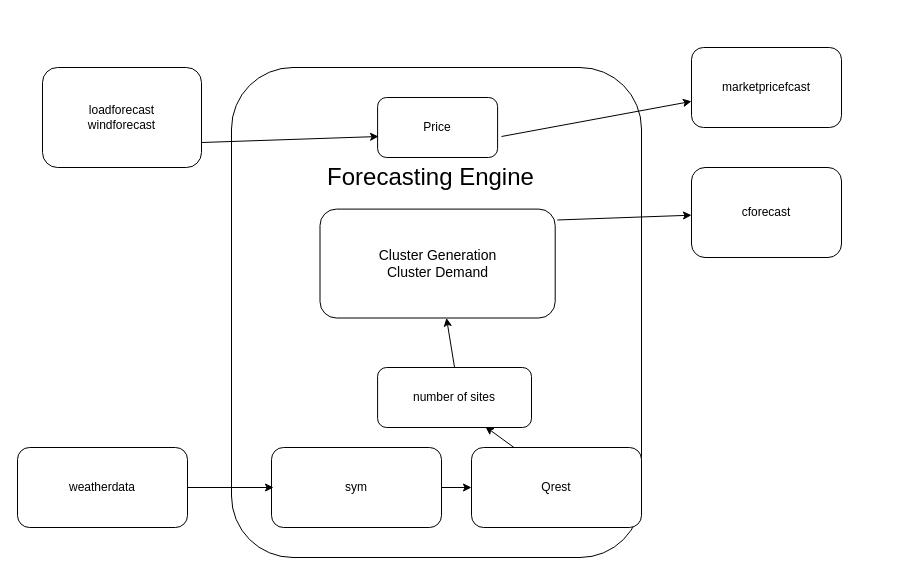
Before: forecastingengine.drawio in MorrisStranger/App_Academy, a draw.io diagram. Source tidied: cells renumbered, new cells numbered last; positions are measured from the earlier drawing's top-left corner, leaving out a move shared by most shapes. Both pictures are drawn from the tidied source at 100%, with x=0, y=0 at pixel (17, 47).
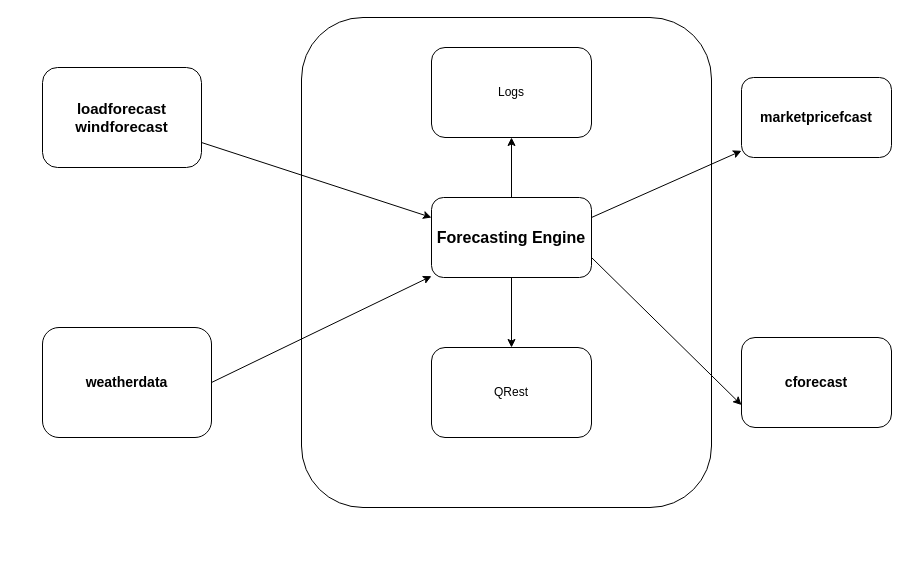
Above is the later version.

Change to the diagram source:
```diff
@@
-    <mxCell id="2" value="weatherdata" style="rounded=1;whiteSpace=wrap;html=1;" parent="1" vertex="1">
-      <mxGeometry y="400" width="170" height="80" as="geometry" />
+    <mxCell id="2" value="&lt;font style=&quot;font-size: 14px&quot;&gt;&lt;b&gt;weatherdata&lt;/b&gt;&lt;/font&gt;" style="rounded=1;whiteSpace=wrap;html=1;" parent="1" vertex="1">
+      <mxGeometry x="25" y="280" width="169" height="110" as="geometry" />
     </mxCell>
-    <mxCell id="3" value="loadforecast&lt;br&gt;windforecast" style="rounded=1;whiteSpace=wrap;html=1;" parent="1" vertex="1">
+    <mxCell id="3" value="&lt;font style=&quot;font-size: 15px&quot;&gt;&lt;b&gt;loadforecast&lt;br&gt;windforecast&lt;/b&gt;&lt;/font&gt;" style="rounded=1;whiteSpace=wrap;html=1;" parent="1" vertex="1">
       <mxGeometry x="25" y="20" width="159" height="100" as="geometry" />
     </mxCell>
-    <mxCell id="4" value="marketpricefcast" style="rounded=1;whiteSpace=wrap;html=1;" parent="1" vertex="1">
-      <mxGeometry x="674" width="150" height="80" as="geometry" />
-    </mxCell>
-    <mxCell id="5" value="cforecast" style="rounded=1;whiteSpace=wrap;html=1;" parent="1" vertex="1">
-      <mxGeometry x="674" y="120" width="150" height="90" as="geometry" />
-    </mxCell>
     <mxCell id="6" style="group;" parent="1" vertex="1">
-      <mxGeometry x="214" y="20" width="410" height="490" as="geometry" />
+      <mxGeometry x="284" y="-30" width="590" height="528.9" as="geometry" />
     </mxCell>
@@
+    <mxCell id="14" value="QRest" style="rounded=1;whiteSpace=wrap;html=1;" parent="6" vertex="1">
+      <mxGeometry x="130" y="330" width="160" height="90" as="geometry" />
+    </mxCell>
+    <mxCell id="16" value="Logs" style="rounded=1;whiteSpace=wrap;html=1;" parent="6" vertex="1">
+      <mxGeometry x="130" y="30" width="160" height="90" as="geometry" />
+    </mxCell>
-    <mxCell id="8" value="&lt;font style=&quot;font-size: 24px&quot;&gt;Forecasting Engine&lt;/font&gt;" style="text;html=1;align=center;verticalAlign=middle;points=[];fillColor=none;strokeColor=none;rounded=0;" parent="6" vertex="1">
-      <mxGeometry x="88.5" y="100" width="220" height="20" as="geometry" />
+    <mxCell id="8" value="&lt;font style=&quot;font-size: 16px&quot;&gt;&lt;b&gt;Forecasting Engine&lt;/b&gt;&lt;/font&gt;" style="rounded=1;whiteSpace=wrap;html=1;" parent="6" vertex="1">
+      <mxGeometry x="130" y="180" width="160" height="80" as="geometry" />
     </mxCell>
-    <mxCell id="9" value="&lt;font style=&quot;font-size: 14px&quot;&gt;Cluster Generation&lt;br&gt;Cluster Demand&lt;/font&gt;" style="rounded=1;whiteSpace=wrap;html=1;" parent="6" vertex="1">
-      <mxGeometry x="88.5" y="141.6" width="235.2" height="108.9" as="geometry" />
-    </mxCell>
-    <mxCell id="10" value="sym" style="rounded=1;whiteSpace=wrap;html=1;" parent="6" vertex="1">
-      <mxGeometry x="40" y="380" width="170" height="80" as="geometry" />
-    </mxCell>
-    <mxCell id="11" value="Qrest" style="rounded=1;whiteSpace=wrap;html=1;" parent="6" vertex="1">
-      <mxGeometry x="240" y="380" width="170" height="80" as="geometry" />
-    </mxCell>
-    <mxCell id="12" style="endArrow=classic;html=1;entryX=0.7;entryY=0.985;entryDx=0;entryDy=0;exitX=0.25;exitY=0;exitDx=0;exitDy=0;entryPerimeter=0;" parent="6" edge="1" source="11" target="14">
-      <mxGeometry relative="1" as="geometry" />
-    </mxCell>
-    <mxCell id="13" style="endArrow=classic;html=1;" parent="6" edge="1" source="10" target="11">
-      <mxGeometry relative="1" as="geometry" />
-    </mxCell>
-    <mxCell id="14" value="number of sites" style="rounded=1;whiteSpace=wrap;html=1;" parent="6" vertex="1">
-      <mxGeometry x="146.1" y="300" width="153.9" height="60" as="geometry" />
-    </mxCell>
-    <mxCell id="15" style="endArrow=classic;html=1;exitX=0.5;exitY=0;exitDx=0;exitDy=0;" parent="6" edge="1" source="14" target="9">
-      <mxGeometry relative="1" as="geometry" />
-    </mxCell>
-    <mxCell id="16" value="Price" style="rounded=1;whiteSpace=wrap;html=1;" parent="6" vertex="1">
-      <mxGeometry x="146.1" y="30" width="120" height="60" as="geometry" />
-    </mxCell>
-    <mxCell id="17" style="endArrow=classic;html=1;" parent="1" edge="1" target="4">
-      <mxGeometry relative="1" as="geometry">
-        <mxPoint x="484" y="89" as="sourcePoint" />
-      </mxGeometry>
+    <mxCell id="17" style="endArrow=classic;html=1;exitX=0.5;exitY=0;exitDx=0;exitDy=0;" parent="6" edge="1" source="8" target="16">
+      <mxGeometry relative="1" as="geometry" />
     </mxCell>
+    <mxCell id="21" style="endArrow=classic;html=1;exitX=0.5;exitY=1;exitDx=0;exitDy=0;" parent="6" edge="1" source="8" target="14">
+      <mxGeometry relative="1" as="geometry" />
+    </mxCell>
+    <mxCell id="5" value="&lt;b&gt;&lt;font style=&quot;font-size: 14px&quot;&gt;cforecast&lt;/font&gt;&lt;/b&gt;" style="rounded=1;whiteSpace=wrap;html=1;" parent="6" vertex="1">
+      <mxGeometry x="440" y="320" width="150" height="90" as="geometry" />
+    </mxCell>
+    <mxCell id="4" value="&lt;b&gt;&lt;font style=&quot;font-size: 14px&quot;&gt;marketpricefcast&lt;/font&gt;&lt;/b&gt;" style="rounded=1;whiteSpace=wrap;html=1;" parent="6" vertex="1">
+      <mxGeometry x="440" y="60" width="150" height="80" as="geometry" />
+    </mxCell>
+    <mxCell id="22" style="endArrow=classic;html=1;exitX=1;exitY=0.25;exitDx=0;exitDy=0;" parent="6" edge="1" source="8" target="4">
+      <mxGeometry relative="1" as="geometry" />
+    </mxCell>
+    <mxCell id="23" style="endArrow=classic;html=1;entryX=0;entryY=0.75;entryDx=0;entryDy=0;exitX=1;exitY=0.75;exitDx=0;exitDy=0;" parent="6" edge="1" source="8" target="5">
+      <mxGeometry relative="1" as="geometry" />
+    </mxCell>
-    <mxCell id="18" style="endArrow=classic;html=1;exitX=1;exitY=0.5;exitDx=0;exitDy=0;entryX=0.012;entryY=0.5;entryDx=0;entryDy=0;entryPerimeter=0;" parent="1" edge="1" source="2" target="10">
+    <mxCell id="18" style="endArrow=classic;html=1;exitX=1;exitY=0.5;exitDx=0;exitDy=0;" parent="1" edge="1" source="2" target="8">
       <mxGeometry relative="1" as="geometry" />
     </mxCell>
-    <mxCell id="19" style="endArrow=classic;html=1;exitX=1.009;exitY=0.1;exitDx=0;exitDy=0;exitPerimeter=0;" parent="1" edge="1" source="9" target="5">
-      <mxGeometry relative="1" as="geometry" />
-    </mxCell>
-    <mxCell id="20" style="endArrow=classic;html=1;exitX=1;exitY=0.75;exitDx=0;exitDy=0;entryX=0.008;entryY=0.65;entryDx=0;entryDy=0;entryPerimeter=0;" parent="1" edge="1" source="3" target="16">
+    <mxCell id="20" style="endArrow=classic;html=1;exitX=1;exitY=0.75;exitDx=0;exitDy=0;entryX=0;entryY=0.25;entryDx=0;entryDy=0;" parent="1" edge="1" source="3" target="8">
       <mxGeometry relative="1" as="geometry" />
     </mxCell>
```
